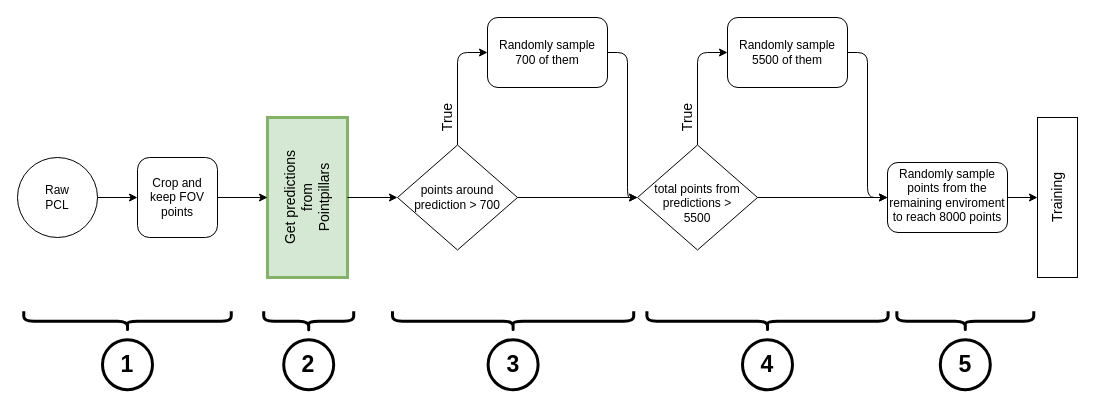
The draw.io diagram Untitled Diagram.drawio in triasamo1/it-cert-automation-practice, before the edit. Source tidied: cells renumbered, new cells numbered last; positions are measured from the earlier drawing's top-left corner, leaving out a move shared by most shapes. Both pictures are drawn from the tidied source at 100%, with x=0, y=0 at pixel (17, 17).
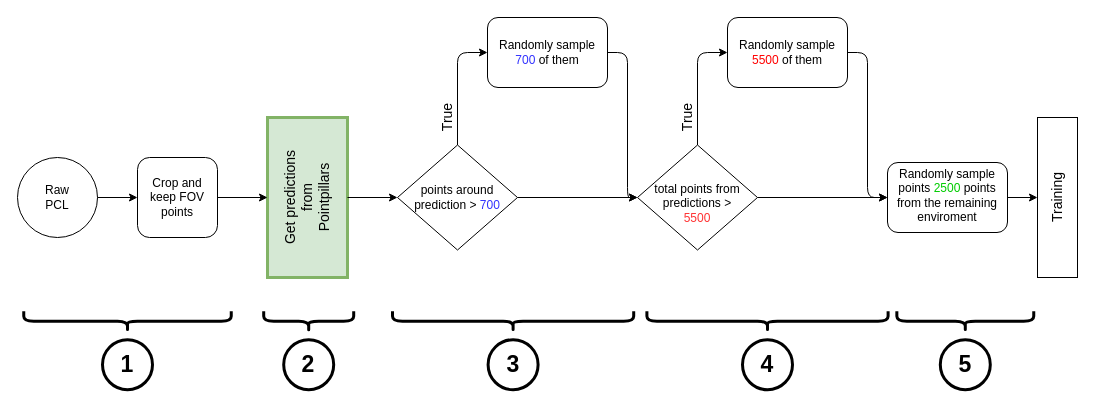
The same diagram, later.

The edit, as a diff of the source:
```diff
@@
-    <mxCell id="26" value="points around prediction &amp;gt; 700" style="text;html=1;strokeColor=none;fillColor=none;align=center;verticalAlign=middle;whiteSpace=wrap;rounded=0;fontSize=12;" parent="1" vertex="1">
+    <mxCell id="26" value="points around prediction &amp;gt; &lt;font color=&quot;#3333ff&quot;&gt;700&lt;/font&gt;" style="text;html=1;strokeColor=none;fillColor=none;align=center;verticalAlign=middle;whiteSpace=wrap;rounded=0;fontSize=12;" parent="1" vertex="1">
       <mxGeometry x="386.2" y="167.5" width="107.5" height="25" as="geometry" />
     </mxCell>
-    <mxCell id="27" value="total points from predictions &amp;gt; 5500" style="text;html=1;strokeColor=none;fillColor=none;align=center;verticalAlign=middle;whiteSpace=wrap;rounded=0;fontSize=12;" parent="1" vertex="1">
+    <mxCell id="27" value="total points from predictions &amp;gt; &lt;font color=&quot;#ff3333&quot;&gt;5500&lt;/font&gt;" style="text;html=1;strokeColor=none;fillColor=none;align=center;verticalAlign=middle;whiteSpace=wrap;rounded=0;fontSize=12;" parent="1" vertex="1">
       <mxGeometry x="633.1" y="160" width="93.8" height="52.5" as="geometry" />
     </mxCell>
-    <mxCell id="28" value="Randomly sample 700 of them" style="text;html=1;strokeColor=none;fillColor=none;align=center;verticalAlign=middle;whiteSpace=wrap;rounded=0;fontSize=12;" parent="1" vertex="1">
+    <mxCell id="28" value="Randomly sample &lt;font color=&quot;#3333ff&quot;&gt;700&lt;/font&gt; of them" style="text;html=1;strokeColor=none;fillColor=none;align=center;verticalAlign=middle;whiteSpace=wrap;rounded=0;fontSize=12;" parent="1" vertex="1">
       <mxGeometry x="480" y="25" width="100" height="20" as="geometry" />
     </mxCell>
-    <mxCell id="29" value="Randomly sample 5500 of them" style="text;html=1;strokeColor=none;fillColor=none;align=center;verticalAlign=middle;whiteSpace=wrap;rounded=0;fontSize=12;" parent="1" vertex="1">
+    <mxCell id="29" value="Randomly sample &lt;font color=&quot;#ff0000&quot;&gt;5500&lt;/font&gt; of them" style="text;html=1;strokeColor=none;fillColor=none;align=center;verticalAlign=middle;whiteSpace=wrap;rounded=0;fontSize=12;" parent="1" vertex="1">
       <mxGeometry x="720" y="25" width="100" height="20" as="geometry" />
     </mxCell>
-    <mxCell id="30" value="Randomly sample points from the remaining enviroment to reach 8000 points" style="text;html=1;strokeColor=none;fillColor=none;align=center;verticalAlign=middle;whiteSpace=wrap;rounded=0;fontSize=12;" parent="1" vertex="1">
+    <mxCell id="30" value="Randomly sample points &lt;font color=&quot;#00cc00&quot;&gt;2500&lt;/font&gt; points from the remaining enviroment" style="text;html=1;strokeColor=none;fillColor=none;align=center;verticalAlign=middle;whiteSpace=wrap;rounded=0;fontSize=12;" parent="1" vertex="1">
       <mxGeometry x="870" y="167.5" width="120" height="20" as="geometry" />
     </mxCell>
```
